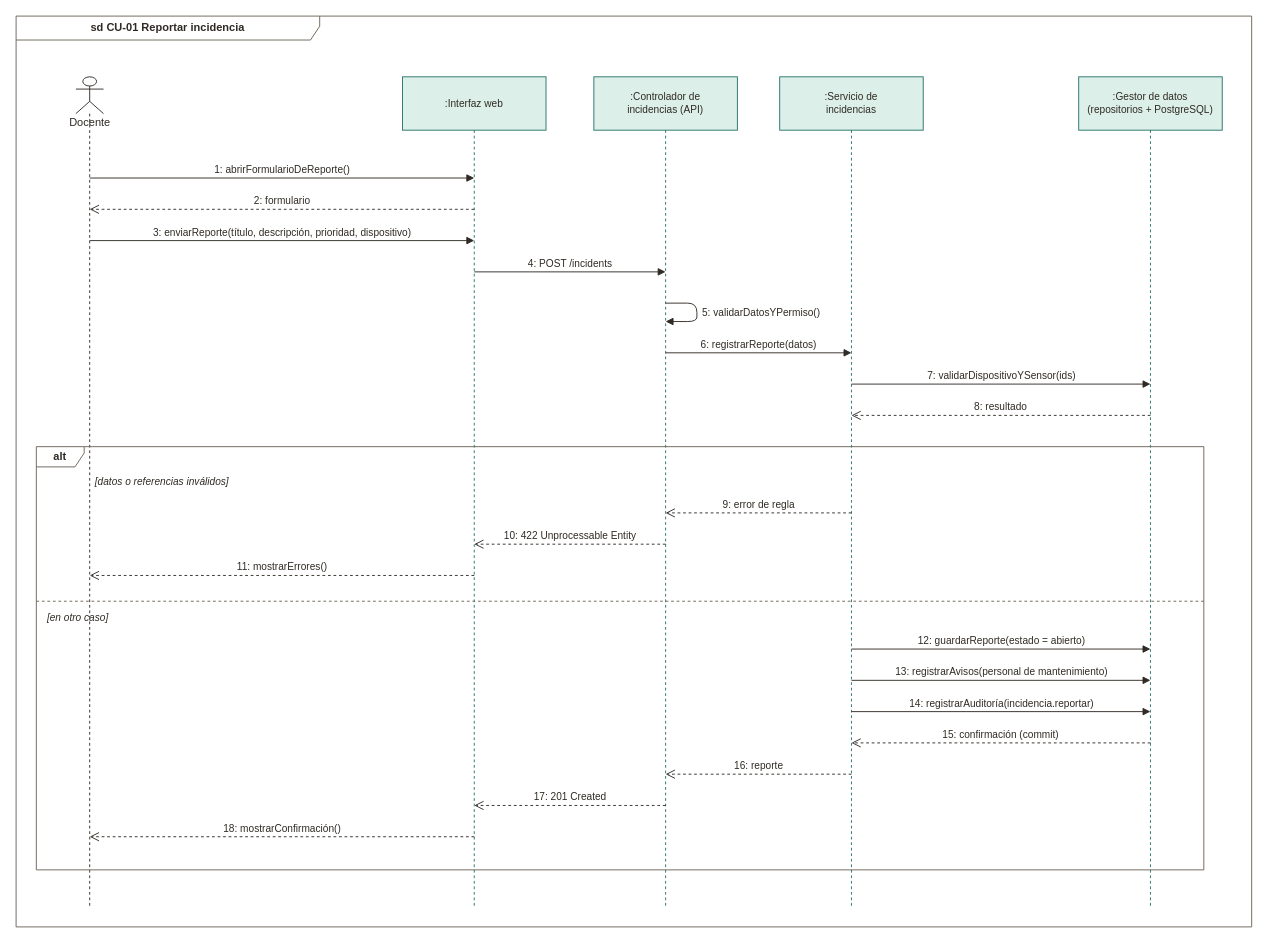
The draw.io diagram page "CU-01 · Secuencia" (2 of 18) of docs/diagramas/procesos.drawio in ruper932/integrador, before the edit. Source tidied: cells renumbered, new cells numbered last; positions are measured from the earlier drawing's top-left corner, leaving out a move shared by most shapes. Both pictures are drawn from the tidied source at 92%, with x=0, y=0 at pixel (16, 16).
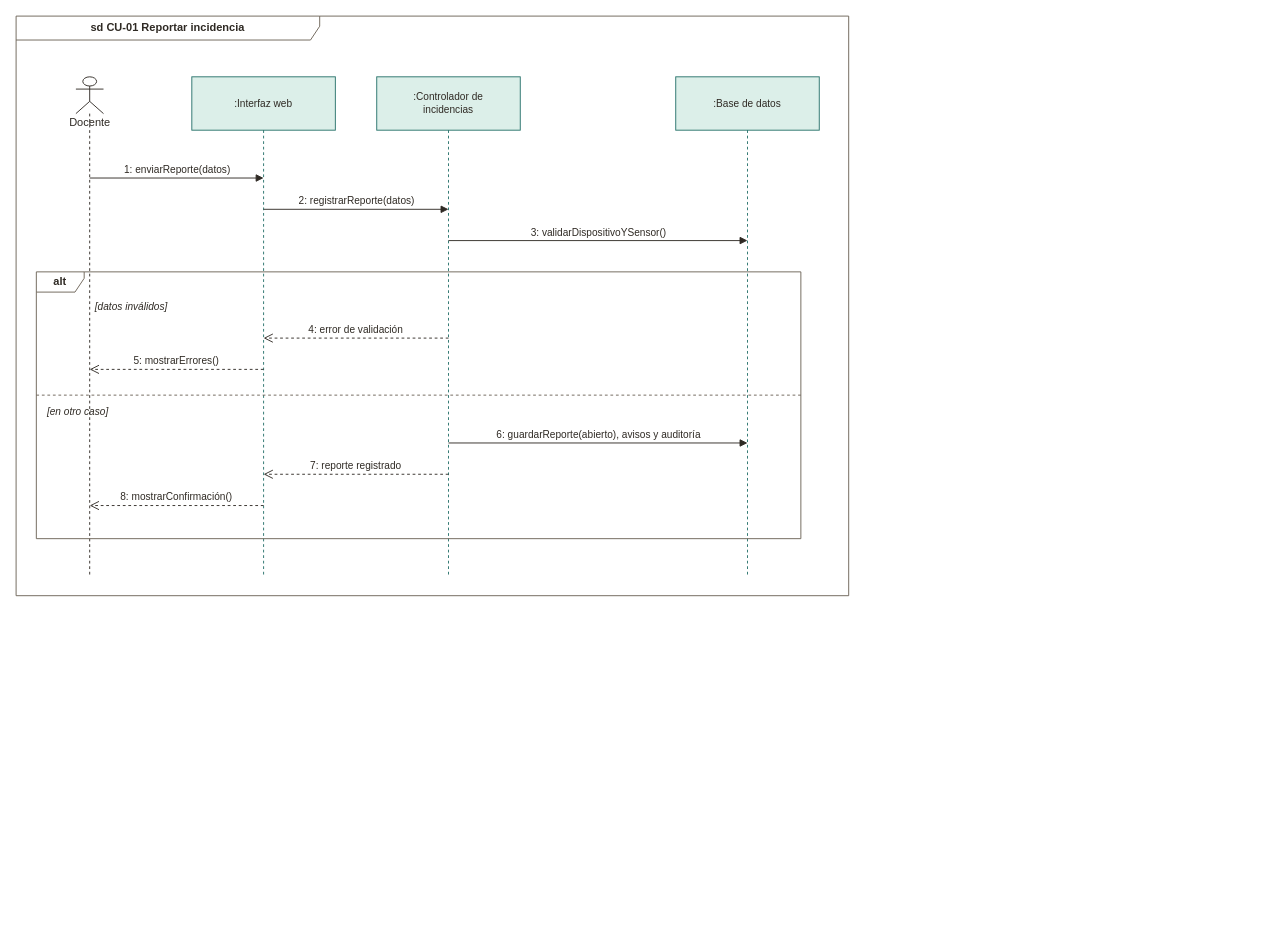
After the change.

Commit message (it also covers changes not shown here):
Diagramas de secuencia resumidos: interfaz, controlador y base de datos

De 13–48 mensajes a 5–18 por diagrama; solo el error principal en cada uno.

What changed in the source:
```diff
@@
     <mxCell id="2" value="sd CU-01 Reportar incidencia" style="shape=umlFrame;whiteSpace=wrap;html=1;width=330;height=26;strokeColor=#6b6155;fillColor=none;fontFamily=Helvetica;fontSize=12;fontColor=#2f2a24;fontStyle=1;" parent="1" vertex="1">
-      <mxGeometry width="1343" height="990" as="geometry" />
+      <mxGeometry width="905" height="630" as="geometry" />
     </mxCell>
     <mxCell id="3" value="Docente" style="shape=umlLifeline;participant=umlActor;perimeter=lifelinePerimeter;html=1;verticalAlign=top;spacingTop=36;size=40;strokeColor=#2f2a24;fillColor=#ffffff;fontFamily=Helvetica;fontSize=12;fontColor=#2f2a24;" parent="1" vertex="1">
-      <mxGeometry x="65" y="66" width="30" height="904" as="geometry" />
+      <mxGeometry x="65" y="66" width="30" height="544" as="geometry" />
     </mxCell>
     <mxCell id="4" value=":Interfaz web" style="shape=umlLifeline;perimeter=lifelinePerimeter;whiteSpace=wrap;html=1;size=58;fillColor=#dcefe9;strokeColor=#26716a;fontFamily=Helvetica;fontSize=12;fontColor=#2f2a24;fontSize=11;" parent="1" vertex="1">
-      <mxGeometry x="420" y="66" width="156" height="904" as="geometry" />
+      <mxGeometry x="191" y="66" width="156" height="544" as="geometry" />
     </mxCell>
-    <mxCell id="5" value=":Controlador de&lt;br&gt;incidencias (API)" style="shape=umlLifeline;perimeter=lifelinePerimeter;whiteSpace=wrap;html=1;size=58;fillColor=#dcefe9;strokeColor=#26716a;fontFamily=Helvetica;fontSize=12;fontColor=#2f2a24;fontSize=11;" parent="1" vertex="1">
-      <mxGeometry x="628" y="66" width="156" height="904" as="geometry" />
-    </mxCell>
-    <mxCell id="6" value=":Servicio de&lt;br&gt;incidencias" style="shape=umlLifeline;perimeter=lifelinePerimeter;whiteSpace=wrap;html=1;size=58;fillColor=#dcefe9;strokeColor=#26716a;fontFamily=Helvetica;fontSize=12;fontColor=#2f2a24;fontSize=11;" parent="1" vertex="1">
-      <mxGeometry x="830" y="66" width="156" height="904" as="geometry" />
-    </mxCell>
-    <mxCell id="7" value=":Gestor de datos&lt;br&gt;(repositorios + PostgreSQL)" style="shape=umlLifeline;perimeter=lifelinePerimeter;whiteSpace=wrap;html=1;size=58;fillColor=#dcefe9;strokeColor=#26716a;fontFamily=Helvetica;fontSize=12;fontColor=#2f2a24;fontSize=11;" parent="1" vertex="1">
-      <mxGeometry x="1155" y="66" width="156" height="904" as="geometry" />
-    </mxCell>
-    <mxCell id="8" value="[datos o referencias inválidos]" style="text;html=1;align=left;verticalAlign=middle;fontFamily=Helvetica;fontSize=12;fontColor=#2f2a24;fontSize=11;fontStyle=2;" parent="1" vertex="1">
-      <mxGeometry x="84" y="496" width="360" height="20" as="geometry" />
-    </mxCell>
+    <mxCell id="30" value=":Controlador de&lt;br&gt;incidencias" style="shape=umlLifeline;perimeter=lifelinePerimeter;whiteSpace=wrap;html=1;size=58;fillColor=#dcefe9;strokeColor=#26716a;fontFamily=Helvetica;fontSize=12;fontColor=#2f2a24;fontSize=11;" parent="1" vertex="1">
+      <mxGeometry x="392" y="66" width="156" height="544" as="geometry" />
+    </mxCell>
+    <mxCell id="31" value=":Base de datos" style="shape=umlLifeline;perimeter=lifelinePerimeter;whiteSpace=wrap;html=1;size=58;fillColor=#dcefe9;strokeColor=#26716a;fontFamily=Helvetica;fontSize=12;fontColor=#2f2a24;fontSize=11;" parent="1" vertex="1">
+      <mxGeometry x="717" y="66" width="156" height="544" as="geometry" />
+    </mxCell>
+    <mxCell id="32" value="[datos inválidos]" style="text;html=1;align=left;verticalAlign=middle;fontFamily=Helvetica;fontSize=12;fontColor=#2f2a24;fontSize=11;fontStyle=2;" parent="1" vertex="1">
+      <mxGeometry x="84" y="306" width="360" height="20" as="geometry" />
+    </mxCell>
     <mxCell id="9" value="[en otro caso]" style="text;html=1;align=left;verticalAlign=middle;fontFamily=Helvetica;fontSize=12;fontColor=#2f2a24;fontSize=11;fontStyle=2;" parent="1" vertex="1">
-      <mxGeometry x="32" y="644" width="360" height="20" as="geometry" />
+      <mxGeometry x="32" y="420" width="360" height="20" as="geometry" />
     </mxCell>
     <mxCell id="10" value="alt" style="shape=umlFrame;whiteSpace=wrap;html=1;width=52;height=22;fillColor=none;strokeColor=#6b6155;fontFamily=Helvetica;fontSize=12;fontColor=#2f2a24;fontStyle=1;" parent="1" vertex="1">
-      <mxGeometry x="22" y="468" width="1269" height="460" as="geometry" />
+      <mxGeometry x="22" y="278" width="831" height="290" as="geometry" />
     </mxCell>
-    <mxCell id="11" style="html=1;endArrow=none;dashed=1;strokeColor=#6b6155;" parent="1" edge="1">
-      <mxGeometry relative="1" as="geometry">
-        <mxPoint x="22" y="636" as="sourcePoint" />
-        <mxPoint x="1291" y="636" as="targetPoint" />
-      </mxGeometry>
-    </mxCell>
+    <mxCell id="28" style="html=1;endArrow=none;dashed=1;strokeColor=#6b6155;" parent="1" edge="1">
+      <mxGeometry relative="1" as="geometry">
+        <mxPoint x="22" y="412" as="sourcePoint" />
+        <mxPoint x="853" y="412" as="targetPoint" />
+      </mxGeometry>
+    </mxCell>
-    <mxCell id="12" value="1: abrirFormularioDeReporte()" style="html=1;verticalAlign=bottom;labelBackgroundColor=#ffffff;fontFamily=Helvetica;fontSize=12;fontColor=#2f2a24;fontSize=11;strokeColor=#2f2a24;endArrow=block;endFill=1;" parent="1" edge="1">
+    <mxCell id="12" value="1: enviarReporte(datos)" style="html=1;verticalAlign=bottom;labelBackgroundColor=#ffffff;fontFamily=Helvetica;fontSize=12;fontColor=#2f2a24;fontSize=11;strokeColor=#2f2a24;endArrow=block;endFill=1;" parent="1" edge="1">
       <mxGeometry relative="1" as="geometry">
         <mxPoint x="80" y="176" as="sourcePoint" />
-        <mxPoint x="498" y="176" as="targetPoint" />
+        <mxPoint x="269" y="176" as="targetPoint" />
       </mxGeometry>
     </mxCell>
-    <mxCell id="13" value="2: formulario" style="html=1;verticalAlign=bottom;labelBackgroundColor=#ffffff;fontFamily=Helvetica;fontSize=12;fontColor=#2f2a24;fontSize=11;strokeColor=#2f2a24;endArrow=open;dashed=1;endSize=8;" parent="1" edge="1">
+    <mxCell id="13" value="2: registrarReporte(datos)" style="html=1;verticalAlign=bottom;labelBackgroundColor=#ffffff;fontFamily=Helvetica;fontSize=12;fontColor=#2f2a24;fontSize=11;strokeColor=#2f2a24;endArrow=block;endFill=1;" parent="1" edge="1">
       <mxGeometry relative="1" as="geometry">
-        <mxPoint x="498" y="210" as="sourcePoint" />
-        <mxPoint x="80" y="210" as="targetPoint" />
+        <mxPoint x="269" y="210" as="sourcePoint" />
+        <mxPoint x="470" y="210" as="targetPoint" />
       </mxGeometry>
     </mxCell>
-    <mxCell id="14" value="3: enviarReporte(título, descripción, prioridad, dispositivo)" style="html=1;verticalAlign=bottom;labelBackgroundColor=#ffffff;fontFamily=Helvetica;fontSize=12;fontColor=#2f2a24;fontSize=11;strokeColor=#2f2a24;endArrow=block;endFill=1;" parent="1" edge="1">
+    <mxCell id="14" value="3: validarDispositivoYSensor()" style="html=1;verticalAlign=bottom;labelBackgroundColor=#ffffff;fontFamily=Helvetica;fontSize=12;fontColor=#2f2a24;fontSize=11;strokeColor=#2f2a24;endArrow=block;endFill=1;" parent="1" edge="1">
       <mxGeometry relative="1" as="geometry">
-        <mxPoint x="80" y="244" as="sourcePoint" />
-        <mxPoint x="498" y="244" as="targetPoint" />
+        <mxPoint x="470" y="244" as="sourcePoint" />
+        <mxPoint x="795" y="244" as="targetPoint" />
       </mxGeometry>
     </mxCell>
-    <mxCell id="15" value="4: POST /incidents" style="html=1;verticalAlign=bottom;labelBackgroundColor=#ffffff;fontFamily=Helvetica;fontSize=12;fontColor=#2f2a24;fontSize=11;strokeColor=#2f2a24;endArrow=block;endFill=1;" parent="1" edge="1">
+    <mxCell id="15" value="4: error de validación" style="html=1;verticalAlign=bottom;labelBackgroundColor=#ffffff;fontFamily=Helvetica;fontSize=12;fontColor=#2f2a24;fontSize=11;strokeColor=#2f2a24;endArrow=open;dashed=1;endSize=8;" parent="1" edge="1">
       <mxGeometry relative="1" as="geometry">
-        <mxPoint x="498" y="278" as="sourcePoint" />
-        <mxPoint x="706" y="278" as="targetPoint" />
+        <mxPoint x="470" y="350" as="sourcePoint" />
+        <mxPoint x="269" y="350" as="targetPoint" />
       </mxGeometry>
     </mxCell>
-    <mxCell id="16" value="5: validarDatosYPermiso()" style="html=1;align=left;spacingLeft=4;labelBackgroundColor=#ffffff;fontFamily=Helvetica;fontSize=12;fontColor=#2f2a24;fontSize=11;strokeColor=#2f2a24;endArrow=block;endFill=1;" parent="1" edge="1">
+    <mxCell id="16" value="5: mostrarErrores()" style="html=1;verticalAlign=bottom;labelBackgroundColor=#ffffff;fontFamily=Helvetica;fontSize=12;fontColor=#2f2a24;fontSize=11;strokeColor=#2f2a24;endArrow=open;dashed=1;endSize=8;" parent="1" edge="1">
       <mxGeometry relative="1" as="geometry">
-        <mxPoint x="706" y="312" as="sourcePoint" />
-        <mxPoint x="706" y="332" as="targetPoint" />
-        <Array as="points">
-          <mxPoint x="740" y="312" />
-          <mxPoint x="740" y="332" />
-        </Array>
+        <mxPoint x="269" y="384" as="sourcePoint" />
+        <mxPoint x="80" y="384" as="targetPoint" />
       </mxGeometry>
     </mxCell>
-    <mxCell id="17" value="6: registrarReporte(datos)" style="html=1;verticalAlign=bottom;labelBackgroundColor=#ffffff;fontFamily=Helvetica;fontSize=12;fontColor=#2f2a24;fontSize=11;strokeColor=#2f2a24;endArrow=block;endFill=1;" parent="1" edge="1">
+    <mxCell id="17" value="6: guardarReporte(abierto), avisos y auditoría" style="html=1;verticalAlign=bottom;labelBackgroundColor=#ffffff;fontFamily=Helvetica;fontSize=12;fontColor=#2f2a24;fontSize=11;strokeColor=#2f2a24;endArrow=block;endFill=1;" parent="1" edge="1">
       <mxGeometry relative="1" as="geometry">
-        <mxPoint x="706" y="366" as="sourcePoint" />
-        <mxPoint x="908" y="366" as="targetPoint" />
+        <mxPoint x="470" y="464" as="sourcePoint" />
+        <mxPoint x="795" y="464" as="targetPoint" />
       </mxGeometry>
     </mxCell>
-    <mxCell id="18" value="7: validarDispositivoYSensor(ids)" style="html=1;verticalAlign=bottom;labelBackgroundColor=#ffffff;fontFamily=Helvetica;fontSize=12;fontColor=#2f2a24;fontSize=11;strokeColor=#2f2a24;endArrow=block;endFill=1;" parent="1" edge="1">
+    <mxCell id="18" value="7: reporte registrado" style="html=1;verticalAlign=bottom;labelBackgroundColor=#ffffff;fontFamily=Helvetica;fontSize=12;fontColor=#2f2a24;fontSize=11;strokeColor=#2f2a24;endArrow=open;dashed=1;endSize=8;" parent="1" edge="1">
       <mxGeometry relative="1" as="geometry">
-        <mxPoint x="908" y="400" as="sourcePoint" />
-        <mxPoint x="1233" y="400" as="targetPoint" />
+        <mxPoint x="470" y="498" as="sourcePoint" />
+        <mxPoint x="269" y="498" as="targetPoint" />
       </mxGeometry>
     </mxCell>
-    <mxCell id="19" value="8: resultado" style="html=1;verticalAlign=bottom;labelBackgroundColor=#ffffff;fontFamily=Helvetica;fontSize=12;fontColor=#2f2a24;fontSize=11;strokeColor=#2f2a24;endArrow=open;dashed=1;endSize=8;" parent="1" edge="1">
+    <mxCell id="19" value="8: mostrarConfirmación()" style="html=1;verticalAlign=bottom;labelBackgroundColor=#ffffff;fontFamily=Helvetica;fontSize=12;fontColor=#2f2a24;fontSize=11;strokeColor=#2f2a24;endArrow=open;dashed=1;endSize=8;" parent="1" edge="1">
       <mxGeometry relative="1" as="geometry">
-        <mxPoint x="1233" y="434" as="sourcePoint" />
-        <mxPoint x="908" y="434" as="targetPoint" />
+        <mxPoint x="269" y="532" as="sourcePoint" />
+        <mxPoint x="80" y="532" as="targetPoint" />
       </mxGeometry>
     </mxCell>
-    <mxCell id="20" value="9: error de regla" style="html=1;verticalAlign=bottom;labelBackgroundColor=#ffffff;fontFamily=Helvetica;fontSize=12;fontColor=#2f2a24;fontSize=11;strokeColor=#2f2a24;endArrow=open;dashed=1;endSize=8;" parent="1" edge="1">
-      <mxGeometry relative="1" as="geometry">
-        <mxPoint x="908" y="540" as="sourcePoint" />
-        <mxPoint x="706" y="540" as="targetPoint" />
-      </mxGeometry>
-    </mxCell>
-    <mxCell id="21" value="10: 422 Unprocessable Entity" style="html=1;verticalAlign=bottom;labelBackgroundColor=#ffffff;fontFamily=Helvetica;fontSize=12;fontColor=#2f2a24;fontSize=11;strokeColor=#2f2a24;endArrow=open;dashed=1;endSize=8;" parent="1" edge="1">
-      <mxGeometry relative="1" as="geometry">
-        <mxPoint x="706" y="574" as="sourcePoint" />
-        <mxPoint x="498" y="574" as="targetPoint" />
-      </mxGeometry>
-    </mxCell>
-    <mxCell id="22" value="11: mostrarErrores()" style="html=1;verticalAlign=bottom;labelBackgroundColor=#ffffff;fontFamily=Helvetica;fontSize=12;fontColor=#2f2a24;fontSize=11;strokeColor=#2f2a24;endArrow=open;dashed=1;endSize=8;" parent="1" edge="1">
-      <mxGeometry relative="1" as="geometry">
-        <mxPoint x="498" y="608" as="sourcePoint" />
-        <mxPoint x="80" y="608" as="targetPoint" />
-      </mxGeometry>
-    </mxCell>
-    <mxCell id="23" value="12: guardarReporte(estado = abierto)" style="html=1;verticalAlign=bottom;labelBackgroundColor=#ffffff;fontFamily=Helvetica;fontSize=12;fontColor=#2f2a24;fontSize=11;strokeColor=#2f2a24;endArrow=block;endFill=1;" parent="1" edge="1">
-      <mxGeometry relative="1" as="geometry">
-        <mxPoint x="908" y="688" as="sourcePoint" />
-        <mxPoint x="1233" y="688" as="targetPoint" />
-      </mxGeometry>
-    </mxCell>
-    <mxCell id="24" value="13: registrarAvisos(personal de mantenimiento)" style="html=1;verticalAlign=bottom;labelBackgroundColor=#ffffff;fontFamily=Helvetica;fontSize=12;fontColor=#2f2a24;fontSize=11;strokeColor=#2f2a24;endArrow=block;endFill=1;" parent="1" edge="1">
-      <mxGeometry relative="1" as="geometry">
-        <mxPoint x="908" y="722" as="sourcePoint" />
-        <mxPoint x="1233" y="722" as="targetPoint" />
-      </mxGeometry>
-    </mxCell>
-    <mxCell id="25" value="14: registrarAuditoría(incidencia.reportar)" style="html=1;verticalAlign=bottom;labelBackgroundColor=#ffffff;fontFamily=Helvetica;fontSize=12;fontColor=#2f2a24;fontSize=11;strokeColor=#2f2a24;endArrow=block;endFill=1;" parent="1" edge="1">
-      <mxGeometry relative="1" as="geometry">
-        <mxPoint x="908" y="756" as="sourcePoint" />
-        <mxPoint x="1233" y="756" as="targetPoint" />
-      </mxGeometry>
-    </mxCell>
-    <mxCell id="26" value="15: confirmación (commit)" style="html=1;verticalAlign=bottom;labelBackgroundColor=#ffffff;fontFamily=Helvetica;fontSize=12;fontColor=#2f2a24;fontSize=11;strokeColor=#2f2a24;endArrow=open;dashed=1;endSize=8;" parent="1" edge="1">
-      <mxGeometry relative="1" as="geometry">
-        <mxPoint x="1233" y="790" as="sourcePoint" />
-        <mxPoint x="908" y="790" as="targetPoint" />
-      </mxGeometry>
-    </mxCell>
-    <mxCell id="27" value="16: reporte" style="html=1;verticalAlign=bottom;labelBackgroundColor=#ffffff;fontFamily=Helvetica;fontSize=12;fontColor=#2f2a24;fontSize=11;strokeColor=#2f2a24;endArrow=open;dashed=1;endSize=8;" parent="1" edge="1">
-      <mxGeometry relative="1" as="geometry">
-        <mxPoint x="908" y="824" as="sourcePoint" />
-        <mxPoint x="706" y="824" as="targetPoint" />
-      </mxGeometry>
-    </mxCell>
-    <mxCell id="28" value="17: 201 Created" style="html=1;verticalAlign=bottom;labelBackgroundColor=#ffffff;fontFamily=Helvetica;fontSize=12;fontColor=#2f2a24;fontSize=11;strokeColor=#2f2a24;endArrow=open;dashed=1;endSize=8;" parent="1" edge="1">
-      <mxGeometry relative="1" as="geometry">
-        <mxPoint x="706" y="858" as="sourcePoint" />
-        <mxPoint x="498" y="858" as="targetPoint" />
-      </mxGeometry>
-    </mxCell>
-    <mxCell id="29" value="18: mostrarConfirmación()" style="html=1;verticalAlign=bottom;labelBackgroundColor=#ffffff;fontFamily=Helvetica;fontSize=12;fontColor=#2f2a24;fontSize=11;strokeColor=#2f2a24;endArrow=open;dashed=1;endSize=8;" parent="1" edge="1">
-      <mxGeometry relative="1" as="geometry">
-        <mxPoint x="498" y="892" as="sourcePoint" />
-        <mxPoint x="80" y="892" as="targetPoint" />
-      </mxGeometry>
-    </mxCell>
```
